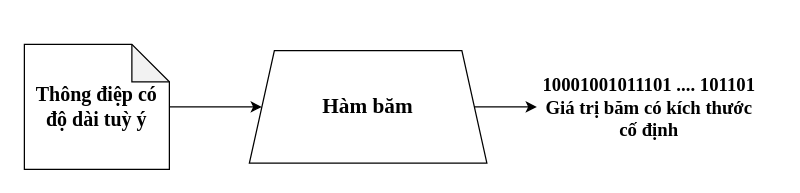
Earlier version of the draw.io diagram HashFunction.drawio (huyle84/diagrams). Source tidied: cells renumbered, new cells numbered last; positions are measured from the earlier drawing's top-left corner, leaving out a move shared by most shapes. Both pictures are drawn from the tidied source at 125%, with x=0, y=0 at pixel (24, 44).
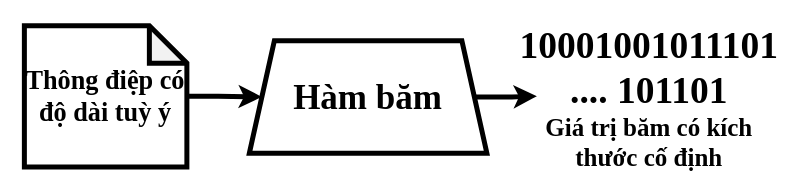
After the change.

Diff of the diagram source:
```diff
@@
 <mxGraphModel>
   <root>
     <mxCell id="0" />
     <mxCell id="1" parent="0" />
-    <mxCell id="2" style="edgeStyle=orthogonalEdgeStyle;rounded=0;jettySize=auto;html=1;entryX=0;entryY=0.5;entryDx=0;entryDy=0;" parent="1" edge="1" source="3" target="4">
+    <mxCell id="2" style="edgeStyle=orthogonalEdgeStyle;rounded=0;jettySize=auto;html=1;entryX=0;entryY=0.5;entryDx=0;entryDy=0;strokeWidth=4;" parent="1" edge="1" source="3" target="4">
       <mxGeometry relative="1" as="geometry" />
     </mxCell>
-    <mxCell id="3" value="&lt;font style=&quot;font-size: 17px;&quot; face=&quot;Times New Roman&quot;&gt;&lt;b style=&quot;&quot;&gt;Hàm băm&lt;/b&gt;&lt;/font&gt;" style="shape=trapezoid;perimeter=trapezoidPerimeter;whiteSpace=wrap;html=1;fixedSize=1;" parent="1" vertex="1">
-      <mxGeometry x="180" y="5" width="190" height="90" as="geometry" />
+    <mxCell id="3" value="&lt;font style=&quot;font-size: 28px;&quot; face=&quot;Times New Roman&quot;&gt;&lt;b style=&quot;&quot;&gt;Hàm băm&lt;/b&gt;&lt;/font&gt;" style="shape=trapezoid;perimeter=trapezoidPerimeter;whiteSpace=wrap;html=1;fixedSize=1;strokeWidth=4;" parent="1" vertex="1">
+      <mxGeometry x="180" y="-3" width="190" height="90" as="geometry" />
     </mxCell>
-    <mxCell id="4" value="&lt;div&gt;&lt;font style=&quot;font-size: 15px;&quot; face=&quot;Times New Roman&quot;&gt;10001001011101 .... 101101&lt;/font&gt;&lt;/div&gt;&lt;font style=&quot;font-size: 15px;&quot; face=&quot;Times New Roman&quot;&gt;Giá trị băm có kích thước cố định&lt;/font&gt;" style="text;html=1;align=center;verticalAlign=middle;whiteSpace=wrap;rounded=0;fontStyle=1;" parent="1" vertex="1">
-      <mxGeometry x="410" y="24" width="180" height="52" as="geometry" />
+    <mxCell id="4" value="&lt;div&gt;&lt;font style=&quot;font-size: 30px;&quot; face=&quot;Times New Roman&quot;&gt;10001001011101 .... 101101&lt;/font&gt;&lt;/div&gt;&lt;font style=&quot;font-size: 20px;&quot; face=&quot;Times New Roman&quot;&gt;Giá trị băm có kích thước cố định&lt;/font&gt;" style="text;html=1;align=center;verticalAlign=middle;whiteSpace=wrap;rounded=0;fontStyle=1;strokeWidth=4;" parent="1" vertex="1">
+      <mxGeometry x="410" y="15.5" width="180" height="52" as="geometry" />
     </mxCell>
-    <mxCell id="5" style="edgeStyle=orthogonalEdgeStyle;rounded=0;jettySize=auto;html=1;" parent="1" edge="1" source="6" target="3">
+    <mxCell id="5" style="edgeStyle=orthogonalEdgeStyle;rounded=0;jettySize=auto;html=1;strokeWidth=4;" parent="1" edge="1" source="6" target="3">
       <mxGeometry relative="1" as="geometry" />
     </mxCell>
-    <mxCell id="6" value="&lt;font style=&quot;font-size: 16px;&quot; face=&quot;Times New Roman&quot;&gt;&lt;b style=&quot;&quot;&gt;Thông điệp có độ dài tuỳ ý&lt;/b&gt;&lt;/font&gt;" style="shape=note;whiteSpace=wrap;html=1;backgroundOutline=1;darkOpacity=0.05;" parent="1" vertex="1">
-      <mxGeometry width="116" height="100" as="geometry" />
+    <mxCell id="6" value="&lt;font style=&quot;font-size: 21px;&quot; face=&quot;Times New Roman&quot;&gt;&lt;b style=&quot;&quot;&gt;Thông điệp có độ dài tuỳ ý&lt;/b&gt;&lt;/font&gt;" style="shape=note;whiteSpace=wrap;html=1;backgroundOutline=1;darkOpacity=0.05;strokeWidth=4;" parent="1" vertex="1">
+      <mxGeometry y="-15" width="130" height="113" as="geometry" />
     </mxCell>
   </root>
 </mxGraphModel>
```
